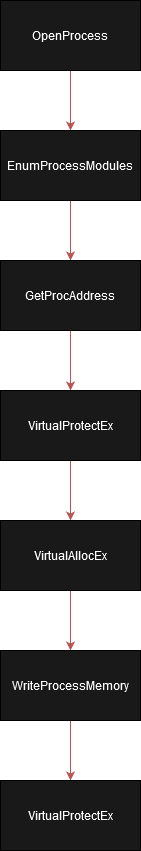
Above: assets/img/function-stomping/function_stomping.png in tigr0w/Idov31_idov31.github.io (draw.io), before the change. Source tidied: cells renumbered, new cells last; positions are measured from the earlier drawing's top-left corner, leaving out a move shared by most shapes. The source it was exported from:
```xml
<mxGraphModel>
  <root>
    <mxCell id="0" />
    <mxCell id="1" parent="0" />
    <mxCell id="2" style="edgeStyle=orthogonalEdgeStyle;rounded=0;jettySize=auto;html=1;exitX=0.5;exitY=1;exitDx=0;exitDy=0;fillColor=#f8cecc;strokeColor=#b85450;" parent="1" edge="1" source="3" target="5">
      <mxGeometry relative="1" as="geometry" />
    </mxCell>
    <mxCell id="3" value="&lt;font color=&quot;#FFFFFF&quot;&gt;OpenProcess&lt;/font&gt;" style="rounded=0;whiteSpace=wrap;html=1;fillColor=#1a1919;strokeColor=#000000;" parent="1" vertex="1">
      <mxGeometry width="140" height="70" as="geometry" />
    </mxCell>
    <mxCell id="4" style="edgeStyle=orthogonalEdgeStyle;rounded=0;jettySize=auto;html=1;fillColor=#f8cecc;strokeColor=#b85450;" parent="1" edge="1" source="5" target="7">
      <mxGeometry relative="1" as="geometry" />
    </mxCell>
    <mxCell id="5" value="&lt;font color=&quot;#ffffffffffff&quot;&gt;EnumProcessModules&lt;/font&gt;" style="rounded=0;whiteSpace=wrap;html=1;fillColor=#1a1919;" parent="1" vertex="1">
      <mxGeometry y="130" width="140" height="70" as="geometry" />
    </mxCell>
    <mxCell id="6" style="edgeStyle=orthogonalEdgeStyle;rounded=0;jettySize=auto;html=1;exitX=0.5;exitY=1;exitDx=0;exitDy=0;entryX=0.5;entryY=0;entryDx=0;entryDy=0;fillColor=#f8cecc;strokeColor=#b85450;" parent="1" edge="1" source="7" target="9">
      <mxGeometry relative="1" as="geometry" />
    </mxCell>
    <mxCell id="7" value="&lt;font color=&quot;#FFFFFF&quot;&gt;GetProcAddress&lt;/font&gt;" style="rounded=0;whiteSpace=wrap;html=1;fillColor=#1a1919;" parent="1" vertex="1">
      <mxGeometry y="260" width="140" height="70" as="geometry" />
    </mxCell>
    <mxCell id="8" style="edgeStyle=orthogonalEdgeStyle;rounded=0;jettySize=auto;html=1;exitX=0.5;exitY=1;exitDx=0;exitDy=0;entryX=0.5;entryY=0;entryDx=0;entryDy=0;fontColor=#FFFFFF;fillColor=#f8cecc;strokeColor=#b85450;" parent="1" edge="1" source="9" target="11">
      <mxGeometry relative="1" as="geometry" />
    </mxCell>
    <mxCell id="9" value="&lt;font color=&quot;#FFFFFF&quot;&gt;VirtualProtectEx&lt;/font&gt;" style="rounded=0;whiteSpace=wrap;html=1;fillColor=#1a1919;" parent="1" vertex="1">
      <mxGeometry y="390" width="140" height="70" as="geometry" />
    </mxCell>
    <mxCell id="10" style="edgeStyle=orthogonalEdgeStyle;rounded=0;jettySize=auto;html=1;exitX=0.5;exitY=1;exitDx=0;exitDy=0;entryX=0.5;entryY=0;entryDx=0;entryDy=0;fontColor=#FFFFFF;fillColor=#f8cecc;strokeColor=#b85450;" parent="1" edge="1" source="11" target="13">
      <mxGeometry relative="1" as="geometry" />
    </mxCell>
    <mxCell id="11" value="&lt;font color=&quot;#FFFFFF&quot;&gt;VirtualAllocEx&lt;/font&gt;" style="rounded=0;whiteSpace=wrap;html=1;fillColor=#1a1919;" parent="1" vertex="1">
      <mxGeometry y="520" width="140" height="70" as="geometry" />
    </mxCell>
    <mxCell id="12" style="edgeStyle=orthogonalEdgeStyle;rounded=0;jettySize=auto;html=1;exitX=0.5;exitY=1;exitDx=0;exitDy=0;entryX=0.5;entryY=0;entryDx=0;entryDy=0;fontColor=#FFFFFFFFFFFF;fillColor=#f8cecc;strokeColor=#b85450;" parent="1" edge="1" source="13" target="14">
      <mxGeometry relative="1" as="geometry" />
    </mxCell>
    <mxCell id="13" value="&lt;font color=&quot;#FFFFFFFFFFFF&quot;&gt;WriteProcessMemory&lt;/font&gt;" style="rounded=0;whiteSpace=wrap;html=1;fillColor=#1a1919;" parent="1" vertex="1">
      <mxGeometry y="650" width="140" height="70" as="geometry" />
    </mxCell>
    <mxCell id="14" value="&lt;font color=&quot;#FFFFFF&quot;&gt;VirtualProtectEx&lt;/font&gt;" style="rounded=0;whiteSpace=wrap;html=1;fillColor=#1a1919;" parent="1" vertex="1">
      <mxGeometry y="780" width="140" height="70" as="geometry" />
    </mxCell>
  </root>
</mxGraphModel>
```
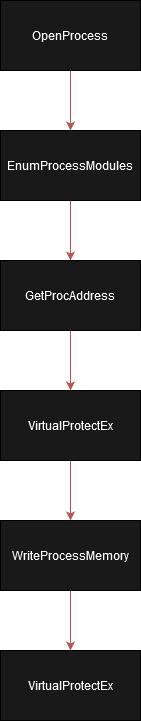
The same diagram one commit later.

The edit, as a diff of the source:
```diff
@@ -20,26 +20,22 @@
     <mxCell id="7" value="&lt;font color=&quot;#FFFFFF&quot;&gt;GetProcAddress&lt;/font&gt;" style="rounded=0;whiteSpace=wrap;html=1;fillColor=#1a1919;" parent="1" vertex="1">
       <mxGeometry y="260" width="140" height="70" as="geometry" />
     </mxCell>
-    <mxCell id="8" style="edgeStyle=orthogonalEdgeStyle;rounded=0;jettySize=auto;html=1;exitX=0.5;exitY=1;exitDx=0;exitDy=0;entryX=0.5;entryY=0;entryDx=0;entryDy=0;fontColor=#FFFFFF;fillColor=#f8cecc;strokeColor=#b85450;" parent="1" edge="1" source="9" target="11">
-      <mxGeometry relative="1" as="geometry" />
+    <mxCell id="8" style="edgeStyle=orthogonalEdgeStyle;rounded=0;jettySize=auto;html=1;exitX=0.5;exitY=1;exitDx=0;exitDy=0;entryX=0.5;entryY=0;entryDx=0;entryDy=0;fontColor=#FFFFFF;fillColor=#f8cecc;strokeColor=#b85450;" parent="1" edge="1" source="9">
+      <mxGeometry relative="1" as="geometry">
+        <mxPoint x="70" y="520" as="targetPoint" />
+      </mxGeometry>
     </mxCell>
     <mxCell id="9" value="&lt;font color=&quot;#FFFFFF&quot;&gt;VirtualProtectEx&lt;/font&gt;" style="rounded=0;whiteSpace=wrap;html=1;fillColor=#1a1919;" parent="1" vertex="1">
       <mxGeometry y="390" width="140" height="70" as="geometry" />
     </mxCell>
-    <mxCell id="10" style="edgeStyle=orthogonalEdgeStyle;rounded=0;jettySize=auto;html=1;exitX=0.5;exitY=1;exitDx=0;exitDy=0;entryX=0.5;entryY=0;entryDx=0;entryDy=0;fontColor=#FFFFFF;fillColor=#f8cecc;strokeColor=#b85450;" parent="1" edge="1" source="11" target="13">
-      <mxGeometry relative="1" as="geometry" />
-    </mxCell>
-    <mxCell id="11" value="&lt;font color=&quot;#FFFFFF&quot;&gt;VirtualAllocEx&lt;/font&gt;" style="rounded=0;whiteSpace=wrap;html=1;fillColor=#1a1919;" parent="1" vertex="1">
-      <mxGeometry y="520" width="140" height="70" as="geometry" />
-    </mxCell>
     <mxCell id="12" style="edgeStyle=orthogonalEdgeStyle;rounded=0;jettySize=auto;html=1;exitX=0.5;exitY=1;exitDx=0;exitDy=0;entryX=0.5;entryY=0;entryDx=0;entryDy=0;fontColor=#FFFFFFFFFFFF;fillColor=#f8cecc;strokeColor=#b85450;" parent="1" edge="1" source="13" target="14">
       <mxGeometry relative="1" as="geometry" />
     </mxCell>
     <mxCell id="13" value="&lt;font color=&quot;#FFFFFFFFFFFF&quot;&gt;WriteProcessMemory&lt;/font&gt;" style="rounded=0;whiteSpace=wrap;html=1;fillColor=#1a1919;" parent="1" vertex="1">
-      <mxGeometry y="650" width="140" height="70" as="geometry" />
+      <mxGeometry y="520" width="140" height="70" as="geometry" />
     </mxCell>
     <mxCell id="14" value="&lt;font color=&quot;#FFFFFF&quot;&gt;VirtualProtectEx&lt;/font&gt;" style="rounded=0;whiteSpace=wrap;html=1;fillColor=#1a1919;" parent="1" vertex="1">
-      <mxGeometry y="780" width="140" height="70" as="geometry" />
+      <mxGeometry y="650" width="140" height="70" as="geometry" />
     </mxCell>
   </root>
 </mxGraphModel>
```
